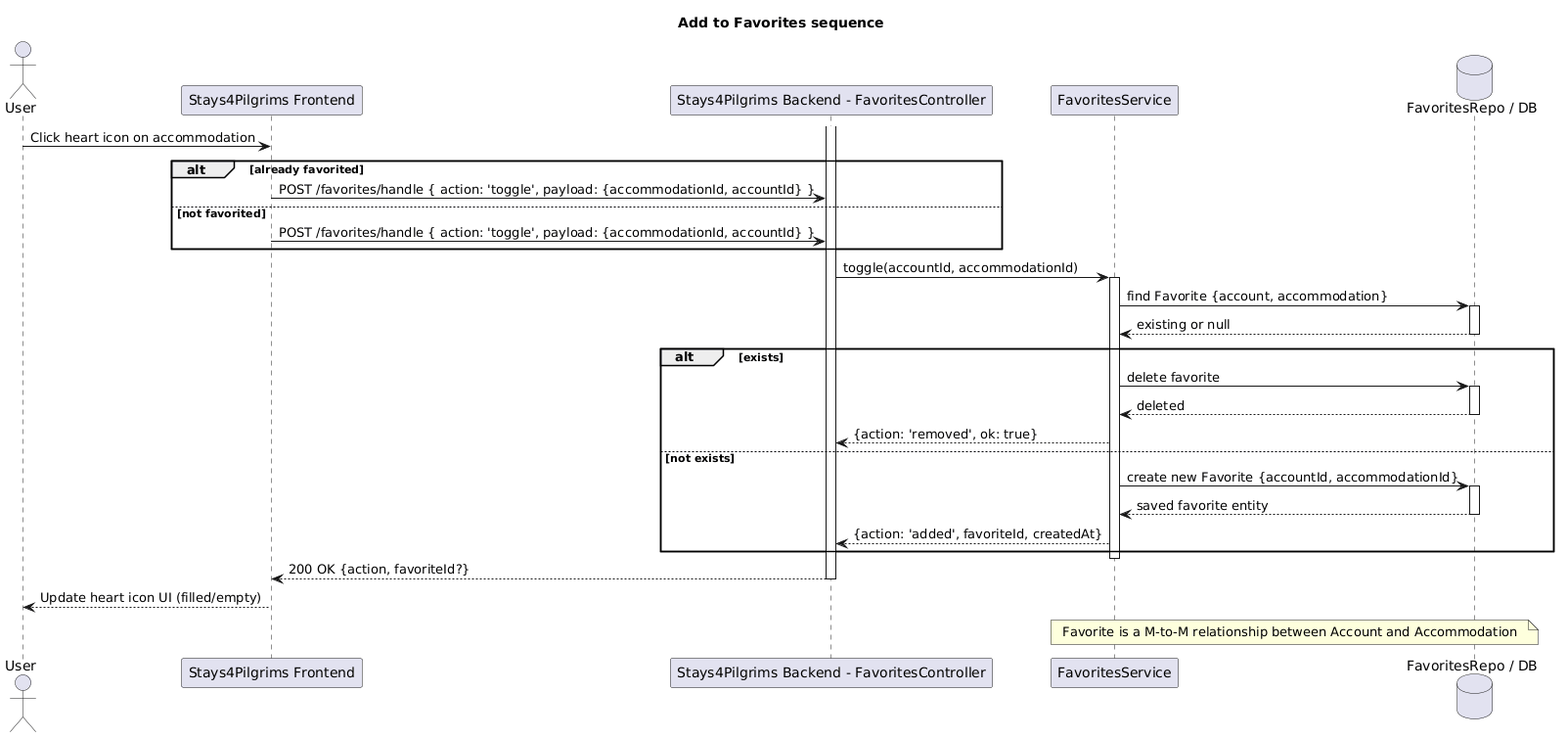
Before: docs/diagrams/png/sequence-add-favorite.png, a diagram exported from PlantUML (alegna83/cookbook-be).
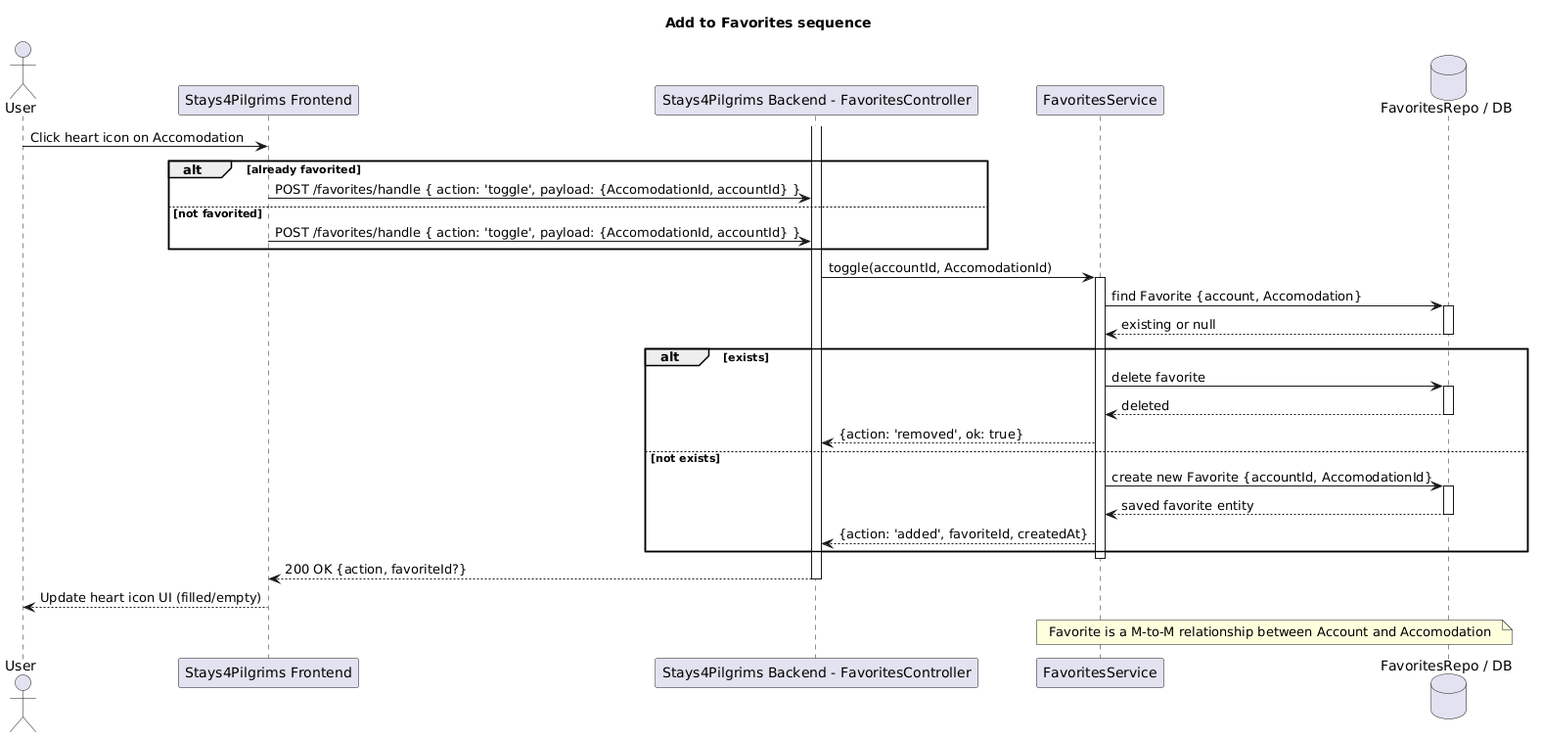
Later version of the same file.

The edit, as a diff of the source:
```diff
@@ -6,16 +6,16 @@
 participant "FavoritesService" as SVC
 database "FavoritesRepo / DB" as DB
 
-User -> FE: Click heart icon on accommodation
+User -> FE: Click heart icon on Accomodation
 alt already favorited
-  FE -> API: POST /favorites/handle { action: 'toggle', payload: {accommodationId, accountId} }
+  FE -> API: POST /favorites/handle { action: 'toggle', payload: {AccomodationId, accountId} }
 else not favorited
-  FE -> API: POST /favorites/handle { action: 'toggle', payload: {accommodationId, accountId} }
+  FE -> API: POST /favorites/handle { action: 'toggle', payload: {AccomodationId, accountId} }
 end
 activate API
-API -> SVC: toggle(accountId, accommodationId)
+API -> SVC: toggle(accountId, AccomodationId)
 activate SVC
-SVC -> DB: find Favorite {account, accommodation}
+SVC -> DB: find Favorite {account, Accomodation}
 activate DB
 DB --> SVC: existing or null
 deactivate DB
@@ -26,7 +26,7 @@
   deactivate DB
   SVC --> API: {action: 'removed', ok: true}
 else not exists
-  SVC -> DB: create new Favorite {accountId, accommodationId}
+  SVC -> DB: create new Favorite {accountId, AccomodationId}
   activate DB
   DB --> SVC: saved favorite entity
   deactivate DB
@@ -37,6 +37,6 @@
 deactivate API
 FE --> User: Update heart icon UI (filled/empty)
 
-note over SVC,DB: Favorite is a M-to-M relationship between Account and Accommodation
+note over SVC,DB: Favorite is a M-to-M relationship between Account and Accomodation
 
 @enduml
```
